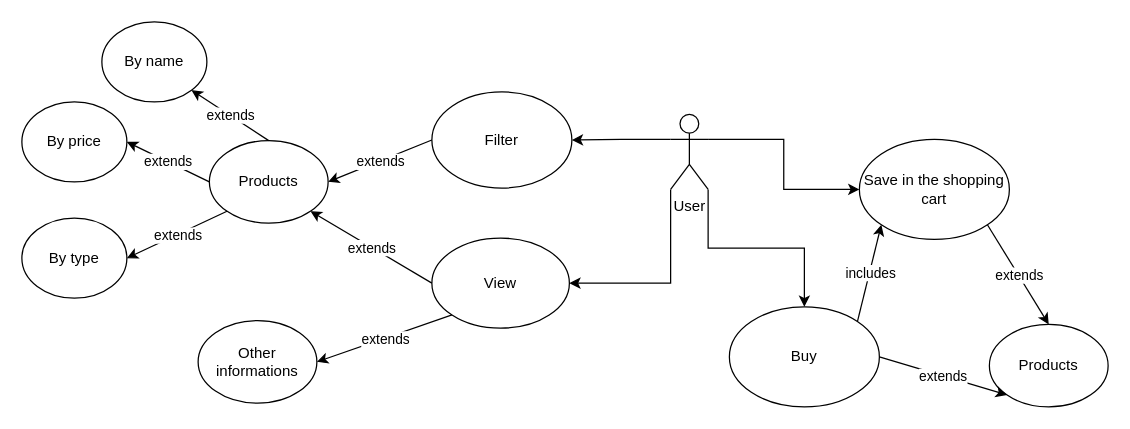
DaHaoTran/Bike_shop keeps this draw.io diagram as diagram.drawio. Above is the earlier version. Source tidied: cells renumbered, new cells numbered last; positions are measured from the earlier drawing's top-left corner, leaving out a move shared by most shapes. Both pictures are drawn from the tidied source at 125%, with x=0, y=0 at pixel (21, 21).
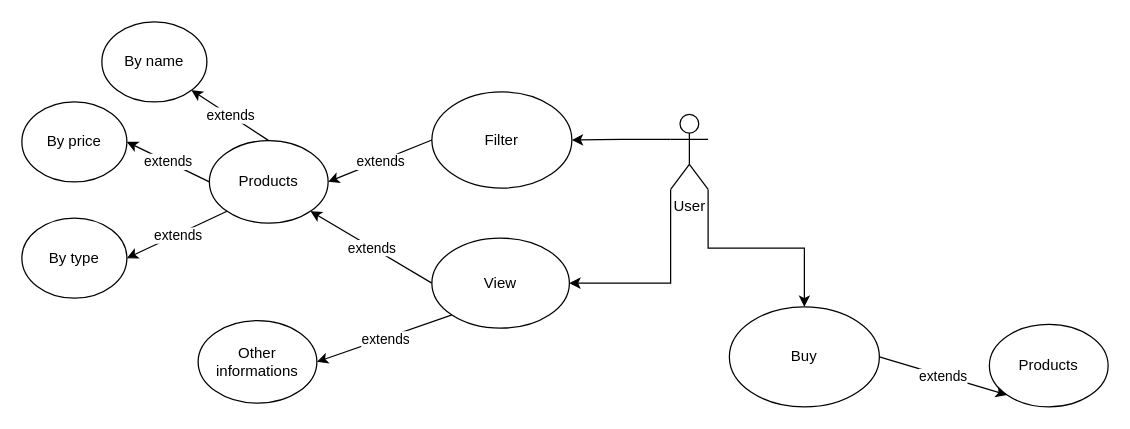
Above is the later version.

The change refers to these unchanged cells:
```xml
<mxCell id="6" value="User" style="shape=umlActor;verticalLabelPosition=bottom;verticalAlign=top;html=1;outlineConnect=0;" parent="1" vertex="1">
  <mxGeometry x="519" y="74" width="30" height="60" as="geometry" />
</mxCell>
<mxCell id="9" value="Buy" style="ellipse;whiteSpace=wrap;html=1;" parent="1" vertex="1">
  <mxGeometry x="566" y="228" width="120" height="80" as="geometry" />
</mxCell>
<mxCell id="28" value="Products" style="ellipse;whiteSpace=wrap;html=1;" parent="1" vertex="1">
  <mxGeometry x="774" y="242" width="95" height="66" as="geometry" />
</mxCell>
```

The edit, as a diff of the source:
```diff
@@
-    <mxCell id="4" style="edgeStyle=orthogonalEdgeStyle;rounded=0;jettySize=auto;html=1;exitX=1;exitY=0.3333333333333333;exitDx=0;exitDy=0;exitPerimeter=0;entryX=0;entryY=0.5;entryDx=0;entryDy=0;" parent="1" edge="1" source="6" target="8">
-      <mxGeometry relative="1" as="geometry" />
-    </mxCell>
@@
-    <mxCell id="8" value="Save in the shopping cart" style="ellipse;whiteSpace=wrap;html=1;" parent="1" vertex="1">
-      <mxGeometry x="670" y="94" width="120" height="80" as="geometry" />
-    </mxCell>
@@
-    <mxCell id="29" style="endArrow=classic;html=1;rounded=0;exitX=1;exitY=1;exitDx=0;exitDy=0;entryX=0.5;entryY=0;entryDx=0;entryDy=0;" parent="1" edge="1" source="8" target="28">
-      <mxGeometry relative="1" as="geometry" />
-    </mxCell>
-    <mxCell id="30" value="extends" style="edgeLabel;html=1;align=center;verticalAlign=middle;" parent="29" vertex="1">
-      <mxGeometry relative="1" as="geometry" />
-    </mxCell>
@@
-    <mxCell id="33" style="endArrow=classic;html=1;rounded=0;entryX=0;entryY=1;entryDx=0;entryDy=0;exitX=1;exitY=0;exitDx=0;exitDy=0;" parent="1" edge="1" source="9" target="8">
-      <mxGeometry relative="1" as="geometry" />
-    </mxCell>
-    <mxCell id="34" value="includes" style="edgeLabel;html=1;align=center;verticalAlign=middle;" parent="33" vertex="1">
-      <mxGeometry relative="1" as="geometry" />
-    </mxCell>
```
